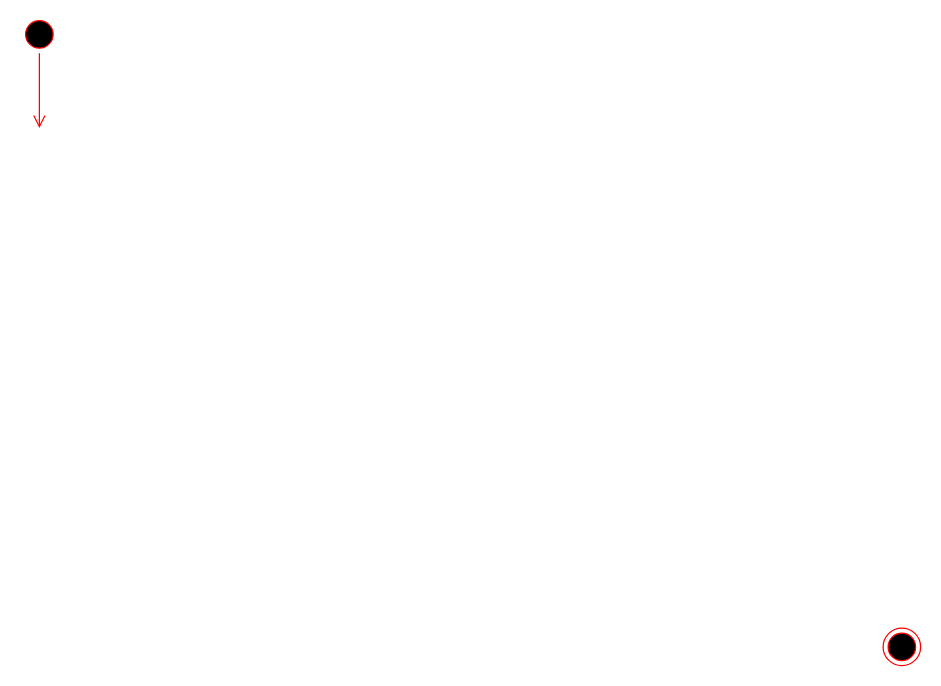
Above: exercicioDTE13062022.drawio in henrique-souza/uml_exercises (draw.io), before the change. Source tidied: cells renumbered, new cells numbered last; positions are measured from the earlier drawing's top-left corner, leaving out a move shared by most shapes. Both pictures are drawn from the tidied source at 125%, with x=0, y=0 at pixel (20, 15).
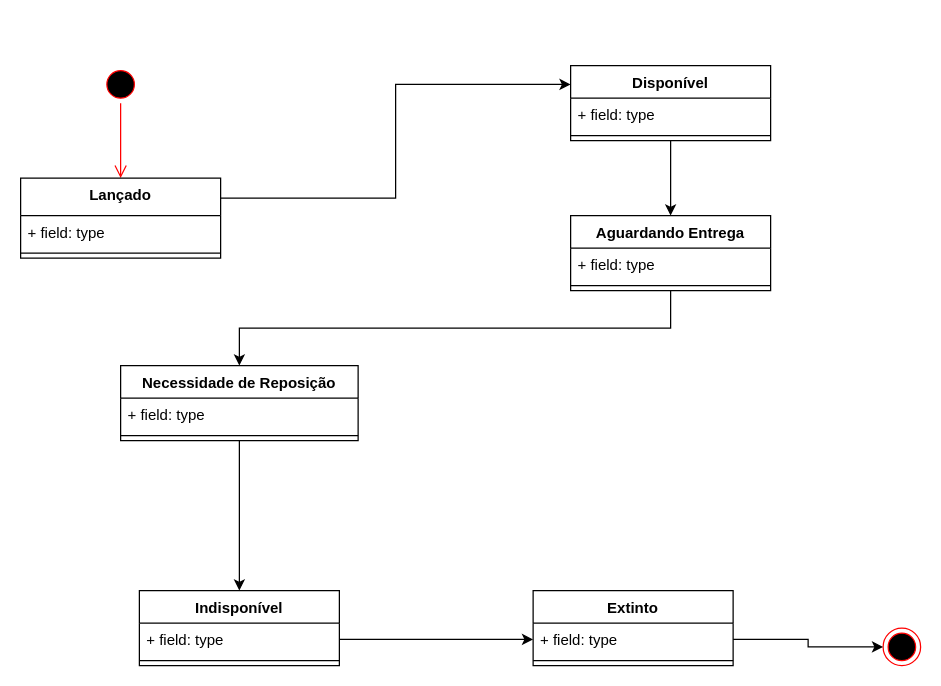
Above is the later version.

The change refers to these unchanged cells:
```xml
<mxCell id="4" style="ellipse;html=1;shape=endState;fillColor=#000000;strokeColor=#ff0000;" parent="1" vertex="1">
  <mxGeometry x="690" y="490" width="30" height="30" as="geometry" />
</mxCell>
```

Diff of the diagram source:
```diff
@@
     <mxCell id="2" style="ellipse;html=1;shape=startState;fillColor=#000000;strokeColor=#ff0000;" parent="1" vertex="1">
-      <mxGeometry width="30" height="30" as="geometry" />
+      <mxGeometry x="65" y="40" width="30" height="30" as="geometry" />
     </mxCell>
-    <mxCell id="3" style="edgeStyle=orthogonalEdgeStyle;html=1;verticalAlign=bottom;endArrow=open;endSize=8;strokeColor=#ff0000;rounded=0;" parent="1" edge="1" source="2">
-      <mxGeometry relative="1" as="geometry">
-        <mxPoint x="15" y="90" as="targetPoint" />
-      </mxGeometry>
+    <mxCell id="3" style="edgeStyle=orthogonalEdgeStyle;html=1;verticalAlign=bottom;endArrow=open;endSize=8;strokeColor=#ff0000;rounded=0;entryX=0.5;entryY=0;entryDx=0;entryDy=0;" parent="1" edge="1" source="2" target="10">
+      <mxGeometry relative="1" as="geometry" />
     </mxCell>
@@
+    <mxCell id="5" style="edgeStyle=orthogonalEdgeStyle;rounded=0;jettySize=auto;html=1;exitX=0.5;exitY=1;exitDx=0;exitDy=0;entryX=0.5;entryY=0;entryDx=0;entryDy=0;" parent="1" edge="1" source="6" target="14">
+      <mxGeometry relative="1" as="geometry" />
+    </mxCell>
+    <mxCell id="6" value="Disponível&#10;" style="swimlane;fontStyle=1;align=center;verticalAlign=top;horizontal=1;startSize=26;" parent="1" vertex="1">
+      <mxGeometry x="440" y="40" width="160" height="60" as="geometry" />
+    </mxCell>
+    <mxCell id="7" value="+ field: type" style="text;strokeColor=none;fillColor=none;align=left;verticalAlign=top;spacingLeft=4;spacingRight=4;overflow=hidden;" parent="6" vertex="1">
+      <mxGeometry y="26" width="160" height="26" as="geometry" />
+    </mxCell>
+    <mxCell id="8" style="line;strokeWidth=1;fillColor=none;align=left;verticalAlign=middle;spacingTop=-1;spacingLeft=3;spacingRight=3;labelPosition=right;" parent="6" vertex="1">
+      <mxGeometry y="52" width="160" height="8" as="geometry" />
+    </mxCell>
+    <mxCell id="9" style="edgeStyle=orthogonalEdgeStyle;rounded=0;jettySize=auto;html=1;exitX=1;exitY=0.25;exitDx=0;exitDy=0;entryX=0;entryY=0.25;entryDx=0;entryDy=0;" parent="1" edge="1" source="10" target="6">
+      <mxGeometry relative="1" as="geometry" />
+    </mxCell>
+    <mxCell id="10" value="Lançado" style="swimlane;fontStyle=1;align=center;verticalAlign=top;horizontal=1;startSize=30;" parent="1" vertex="1">
+      <mxGeometry y="130" width="160" height="64" as="geometry" />
+    </mxCell>
+    <mxCell id="11" value="+ field: type" style="text;strokeColor=none;fillColor=none;align=left;verticalAlign=top;spacingLeft=4;spacingRight=4;overflow=hidden;" parent="10" vertex="1">
+      <mxGeometry y="30" width="160" height="26" as="geometry" />
+    </mxCell>
+    <mxCell id="12" style="line;strokeWidth=1;fillColor=none;align=left;verticalAlign=middle;spacingTop=-1;spacingLeft=3;spacingRight=3;labelPosition=right;" parent="10" vertex="1">
+      <mxGeometry y="56" width="160" height="8" as="geometry" />
+    </mxCell>
+    <mxCell id="13" style="edgeStyle=orthogonalEdgeStyle;rounded=0;jettySize=auto;html=1;exitX=0.5;exitY=1;exitDx=0;exitDy=0;entryX=0.5;entryY=0;entryDx=0;entryDy=0;" parent="1" edge="1" source="14" target="21">
+      <mxGeometry relative="1" as="geometry" />
+    </mxCell>
+    <mxCell id="14" value="Aguardando Entrega" style="swimlane;fontStyle=1;align=center;verticalAlign=top;horizontal=1;startSize=26;" parent="1" vertex="1">
+      <mxGeometry x="440" y="160" width="160" height="60" as="geometry" />
+    </mxCell>
+    <mxCell id="15" value="+ field: type" style="text;strokeColor=none;fillColor=none;align=left;verticalAlign=top;spacingLeft=4;spacingRight=4;overflow=hidden;" parent="14" vertex="1">
+      <mxGeometry y="26" width="160" height="26" as="geometry" />
+    </mxCell>
+    <mxCell id="16" style="line;strokeWidth=1;fillColor=none;align=left;verticalAlign=middle;spacingTop=-1;spacingLeft=3;spacingRight=3;labelPosition=right;" parent="14" vertex="1">
+      <mxGeometry y="52" width="160" height="8" as="geometry" />
+    </mxCell>
+    <mxCell id="17" value="Indisponível" style="swimlane;fontStyle=1;align=center;verticalAlign=top;horizontal=1;startSize=26;" parent="1" vertex="1">
+      <mxGeometry x="95" y="460" width="160" height="60" as="geometry" />
+    </mxCell>
+    <mxCell id="18" value="+ field: type" style="text;strokeColor=none;fillColor=none;align=left;verticalAlign=top;spacingLeft=4;spacingRight=4;overflow=hidden;points=[[0,0.5],[1,0.5]];portConstraint=eastwest;" parent="17" vertex="1">
+      <mxGeometry y="26" width="160" height="26" as="geometry" />
+    </mxCell>
+    <mxCell id="19" style="line;strokeWidth=1;fillColor=none;align=left;verticalAlign=middle;spacingTop=-1;spacingLeft=3;spacingRight=3;labelPosition=right;" parent="17" vertex="1">
+      <mxGeometry y="52" width="160" height="8" as="geometry" />
+    </mxCell>
+    <mxCell id="20" style="edgeStyle=orthogonalEdgeStyle;rounded=0;jettySize=auto;html=1;exitX=0.5;exitY=1;exitDx=0;exitDy=0;entryX=0.5;entryY=0;entryDx=0;entryDy=0;" parent="1" edge="1" source="21" target="17">
+      <mxGeometry relative="1" as="geometry" />
+    </mxCell>
+    <mxCell id="21" value="Necessidade de Reposição" style="swimlane;fontStyle=1;align=center;verticalAlign=top;horizontal=1;startSize=26;" parent="1" vertex="1">
+      <mxGeometry x="80" y="280" width="190" height="60" as="geometry" />
+    </mxCell>
+    <mxCell id="22" value="+ field: type" style="text;strokeColor=none;fillColor=none;align=left;verticalAlign=top;spacingLeft=4;spacingRight=4;overflow=hidden;" parent="21" vertex="1">
+      <mxGeometry y="26" width="190" height="26" as="geometry" />
+    </mxCell>
+    <mxCell id="23" style="line;strokeWidth=1;fillColor=none;align=left;verticalAlign=middle;spacingTop=-1;spacingLeft=3;spacingRight=3;labelPosition=right;" parent="21" vertex="1">
+      <mxGeometry y="52" width="190" height="8" as="geometry" />
+    </mxCell>
+    <mxCell id="24" value="Extinto" style="swimlane;fontStyle=1;align=center;verticalAlign=top;horizontal=1;startSize=26;" parent="1" vertex="1">
+      <mxGeometry x="410" y="460" width="160" height="60" as="geometry" />
+    </mxCell>
+    <mxCell id="25" value="+ field: type" style="text;strokeColor=none;fillColor=none;align=left;verticalAlign=top;spacingLeft=4;spacingRight=4;overflow=hidden;points=[[0,0.5],[1,0.5]];portConstraint=eastwest;" parent="24" vertex="1">
+      <mxGeometry y="26" width="160" height="26" as="geometry" />
+    </mxCell>
+    <mxCell id="26" style="line;strokeWidth=1;fillColor=none;align=left;verticalAlign=middle;spacingTop=-1;spacingLeft=3;spacingRight=3;labelPosition=right;" parent="24" vertex="1">
+      <mxGeometry y="52" width="160" height="8" as="geometry" />
+    </mxCell>
+    <mxCell id="27" style="edgeStyle=orthogonalEdgeStyle;rounded=0;jettySize=auto;html=1;exitX=1;exitY=0.5;exitDx=0;exitDy=0;entryX=0;entryY=0.5;entryDx=0;entryDy=0;" parent="1" edge="1" source="25" target="4">
+      <mxGeometry relative="1" as="geometry" />
+    </mxCell>
+    <mxCell id="28" style="edgeStyle=orthogonalEdgeStyle;rounded=0;jettySize=auto;html=1;exitX=1;exitY=0.5;exitDx=0;exitDy=0;entryX=0;entryY=0.5;entryDx=0;entryDy=0;" parent="1" edge="1" source="18" target="25">
+      <mxGeometry relative="1" as="geometry" />
+    </mxCell>
```
